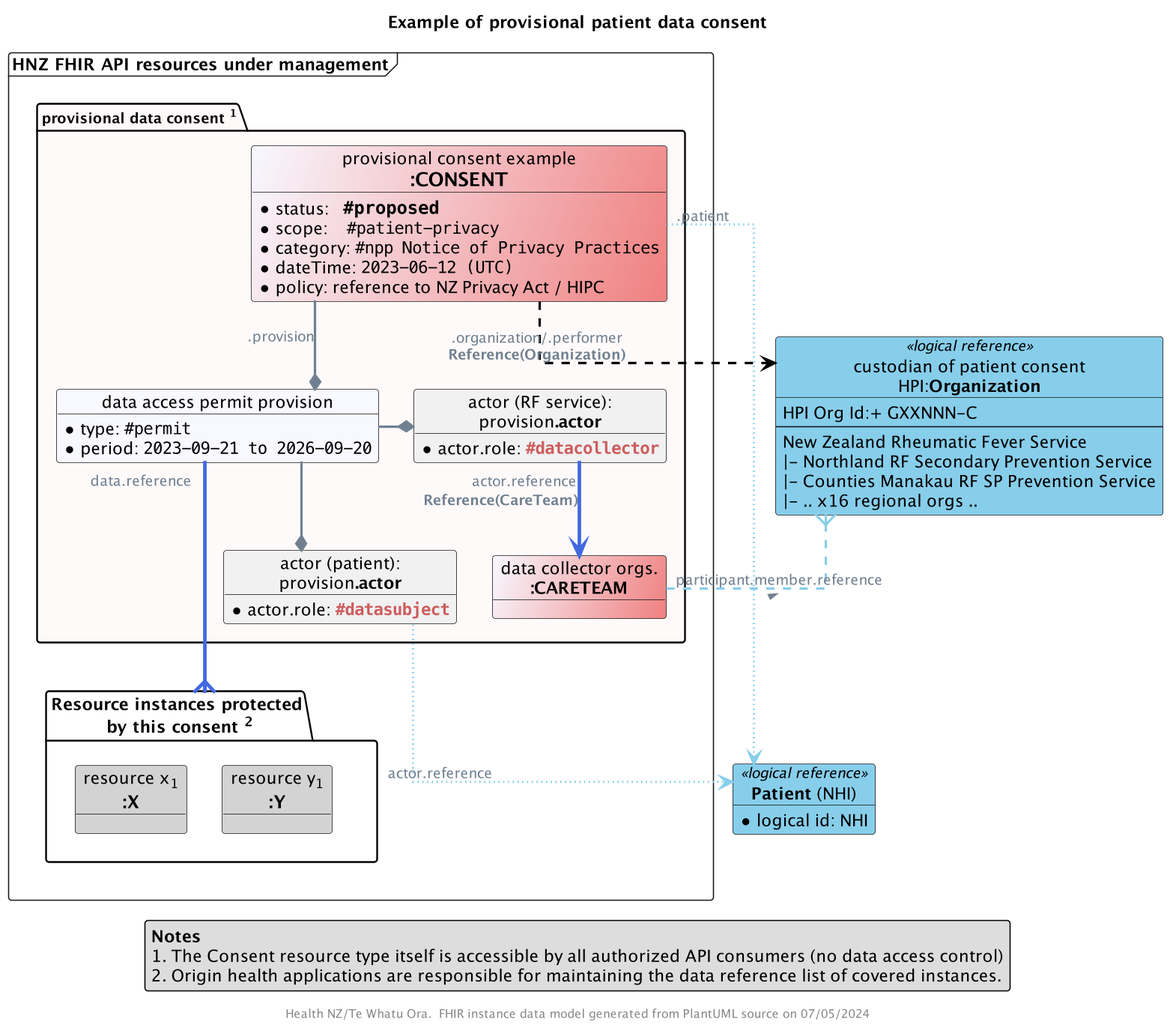
This is input/images/obj-FHIR-data-consent-provisional.png from tewhatuora/fhir-rheumatic-fever, a PlantUML export, as it was before one commit.
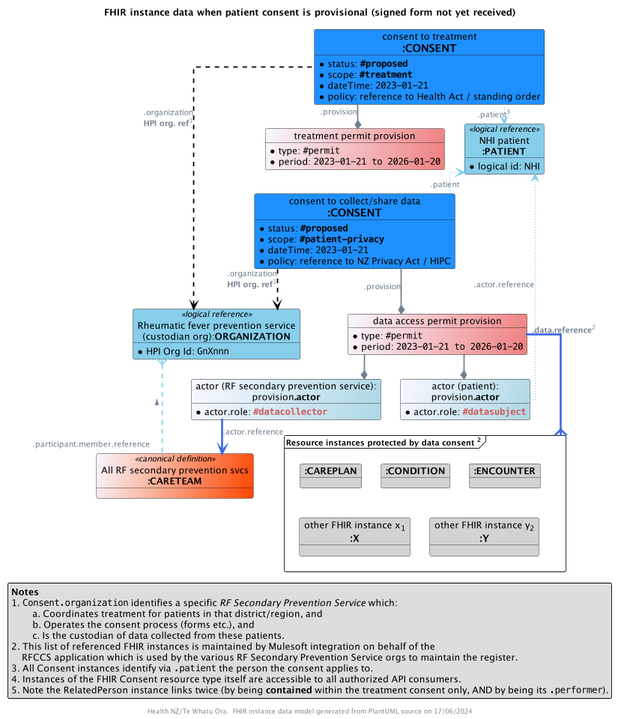
The same file after the commit.

Commit message:
updated FHIR Consent designs

What changed in the source:
```diff
@@ -1,9 +1,9 @@
 @startuml obj-FHIR-data-consent-provisional
 
 top to bottom direction
-skinparam dpi 300
+skinparam dpi 200
 allow_mixing
-scale 500 width
+scale 400 width
 
 skinparam ActivityDiamondBackgroundColor #RoyalBlue
 skinparam ArrowColor #SlateGrey
@@ -18,7 +18,7 @@
 skinparam roundcorner 5
 skinparam sequenceArrowThickness 2
 
-title Example of provisional patient data consent
+title FHIR instance data when patient consent is provisional (signed form not yet received)
 
 !procedure $Coding($Alias,$System,$Code,$Display)
   object "<color:GhostWhite>$System" as $Alias #MediumPurple {
@@ -26,73 +26,88 @@
   }
 !endprocedure
 
-frame "HNZ FHIR API resources under management" as HNZMain {
-
-  package "<size:12>provisional data consent <sup>1</sup>" as PROV #Snow {
-
-    object "provisional consent example\n<size:16>**:CONSENT**" as CONSENT #GhostWhite/LightCoral {
-      * status:   ""<size:15>**#proposed**""
-      * scope:    ""#patient-privacy""
-      * category: ""#npp Notice of Privacy Practices""
-      * dateTime: ""2023-06-12 (UTC)""
-      * policy: reference to NZ Privacy Act / HIPC
-    }
-
-    object "data access permit provision" as DAP #GhostWhite {
-      * type: ""#permit""
-      * period: ""2023-09-21 to 2026-09-20""
-    }
-
-    object "actor (RF service):\n<size:14>provision**.actor**" as SActor1 {
-      * actor.role: ""<color:#IndianRed>**#datacollector**""
-    }
-
-    object "actor (patient):\n<size:14>provision**.actor**" as SActor2 {
-      * actor.role: ""<color:#IndianRed>**#datasubject**""
-    }
-
-    object "data collector orgs.\n**:CARETEAM**" as CARETEAM1 #GhostWhite/LightCoral
-  }
-
-  package "Resource instances protected\n by this consent <sup>2</sup>" as COVERED {
-    object "resource x<sub>1</sub>\n**<size:15>:X**" as AnyResource #LightGray
-    object "resource y<sub>1</sub>\n**<size:15>:Y**" as AnotherResource #LightGray
-  }
-
-
-
-  DAP "data.reference" -[thickness=3,#RoyalBlue]---{ COVERED
-  DAP -* SActor1
-  DAP --* SActor2
-
-  CONSENT -d-* DAP : "".provision""
+object "consent to treatment\n<size:16>**:CONSENT**" as TREATCONSENT #DodgerBlue {
+  * status: ""**#proposed**""
+  * scope: ""**#treatment**""
+  * dateTime: ""2023-01-21""
+  * policy: reference to Health Act / standing order
 }
 
-object "**Patient** (NHI)" as Patient <<logical reference>> #SkyBlue {
+object "treatment permit provision" as TAP #GhostWhite/LightCoral  {
+  * type: ""#permit""
+  * period: ""2023-01-21 to 2026-01-20""
+}
+
+object "consent to collect/share data\n<size:16>**:CONSENT**" as DATACONSENT #DodgerBlue {
+  * status: ""**#proposed**""
+  * scope: ""**#patient-privacy**""
+  * dateTime: ""2023-01-21""
+  * policy: reference to NZ Privacy Act / HIPC
+}
+
+object "data access permit provision" as DAP #GhostWhite/LightCoral  {
+  * type: ""#permit""
+  * period: ""2023-01-21 to 2026-01-20""
+}
+
+object "All RF secondary prevention svcs\n**:CARETEAM**" as CARETEAM <<canonical definition>> #GhostWhite/OrangeRed
+
+object "actor (RF secondary prevention service):\n<size:14>provision**.actor**" as ORGACTOR #GhostWhite/LightBlue {
+  * actor.role: ""<color:#IndianRed>**#datacollector**""
+}
+
+object "actor (patient):\n<size:14>provision**.actor**" as SUBJECTACTOR #GhostWhite/LightBlue {
+  * actor.role: ""<color:#IndianRed>**#datasubject**""
+}
+
+object "NHI patient\n**:PATIENT**" as PATIENT <<logical reference>> #SkyBlue {
   * logical id: NHI
 }
 
-object "custodian of patient consent\nHPI:**Organization**" as HPI <<logical reference>> #SkyBlue {
-  HPI Org Id:+ GXXNNN-C
-  ---
-  New Zealand Rheumatic Fever Service
-   |- Northland RF Secondary Prevention Service
-   |- Counties Manakau RF SP Prevention Service
-   |- .. x16 regional orgs ..
-
+object "Rheumatic fever prevention service\n(custodian org):**ORGANIZATION**" as HPI <<logical reference>> #SkyBlue {
+  * HPI Org Id: ""GnXnnn""
 }
 
-SActor1 "actor.reference" -[thickness=3,#RoyalBlue]-> CARETEAM1: **Reference(CareTeam)**
-SActor2  -[dotted,#SkyBlue]--> Patient: actor.reference
-CARETEAM1 "\nparticipant.member.reference" -[dashed,#SkyBlue,norank]----{ HPI: >
-CONSENT -[dashed,#Black]-> HPI: .organization/.performer\n**Reference(Organization)**
-CONSENT ".patient" -[dotted,#SkyBlue]--> Patient
+frame "<size:12>Resource instances protected by data consent <sup>2</sup>" as COVERED {
+  object "<size:14>**:CAREPLAN**" as R1 #LightGray
+  object "<size:14>**:CONDITION**" as R2 #LightGray
+  object "<size:14>**:ENCOUNTER**" as R3 #LightGray
+  object "other FHIR instance x<sub>1</sub>\n**<size:15>:X**" as Another1 #LightGray
+  object "other FHIR instance y<sub>2</sub>\n**<size:15>:Y**" as Another2 #LightGray
+}
+
+TREATCONSENT -[hidden]d- TAP
+TAP -[hidden]d- DATACONSENT
+
+DAP "**.data.reference**<sup>2</sup>" -[thickness=3,#RoyalBlue]d--{ COVERED
+DAP --* ORGACTOR
+DAP --* SUBJECTACTOR
+
+TREATCONSENT ".patient<sup>3</sup>" -[dotted,#SkyBlue]-> PATIENT
+TREATCONSENT -[norank]-* TAP : "".provision""
+TREATCONSENT -[dashed,#Black,norank]l-> HPI: .organization\n**HPI org. ref**<sup>1</sup>
+
+DATACONSENT ".patient" -[dotted,#SkyBlue,norank]---> PATIENT
+DATACONSENT -d--* DAP : "".provision""
+DATACONSENT -[dashed,#Black]--> HPI: .organization\n**HPI org. ref**<sup>1</sup>
+
+ORGACTOR -[thickness=3,#RoyalBlue]-> CARETEAM: .actor.reference
+SUBJECTACTOR  -[dotted,#SkyBlue,norank]-> PATIENT: .actor.reference
+
+CARETEAM "\n.participant.member.reference" -[dashed,#SkyBlue]l--{ HPI: >
 
 
 legend bottom
   **Notes**
-  1. The Consent resource type itself is accessible by all authorized API consumers (no data access control)
-  2. Origin health applications are responsible for maintaining the data reference list of covered instances.
+  1. ""Consent.organization"" identifies a specific //RF Secondary Prevention Service// which:
+      \ta. Coordinates treatment for patients in that district/region, and
+      \tb. Operates the consent process (forms etc.), and
+      \tc. Is the custodian of data collected from these patients.
+  2. This list of referenced FHIR instances is maintained by Mulesoft integration on behalf of the
+      RFCCS application which is used by the various RF Secondary Prevention Service orgs to maintain the register.
+  3. All Consent instances identify via "".patient"" the person the consent applies to.
+  4. Instances of the FHIR Consent resource type itself are accessible to all authorized API consumers.
+  5. Note the RelatedPerson instance links twice (by being **contained** within the treatment consent only, AND by being its "".performer"").
 endlegend
 
 footer "Health NZ/Te Whatu Ora.  FHIR instance data model generated from PlantUML source on %date('dd/MM/yyyy')"
```
